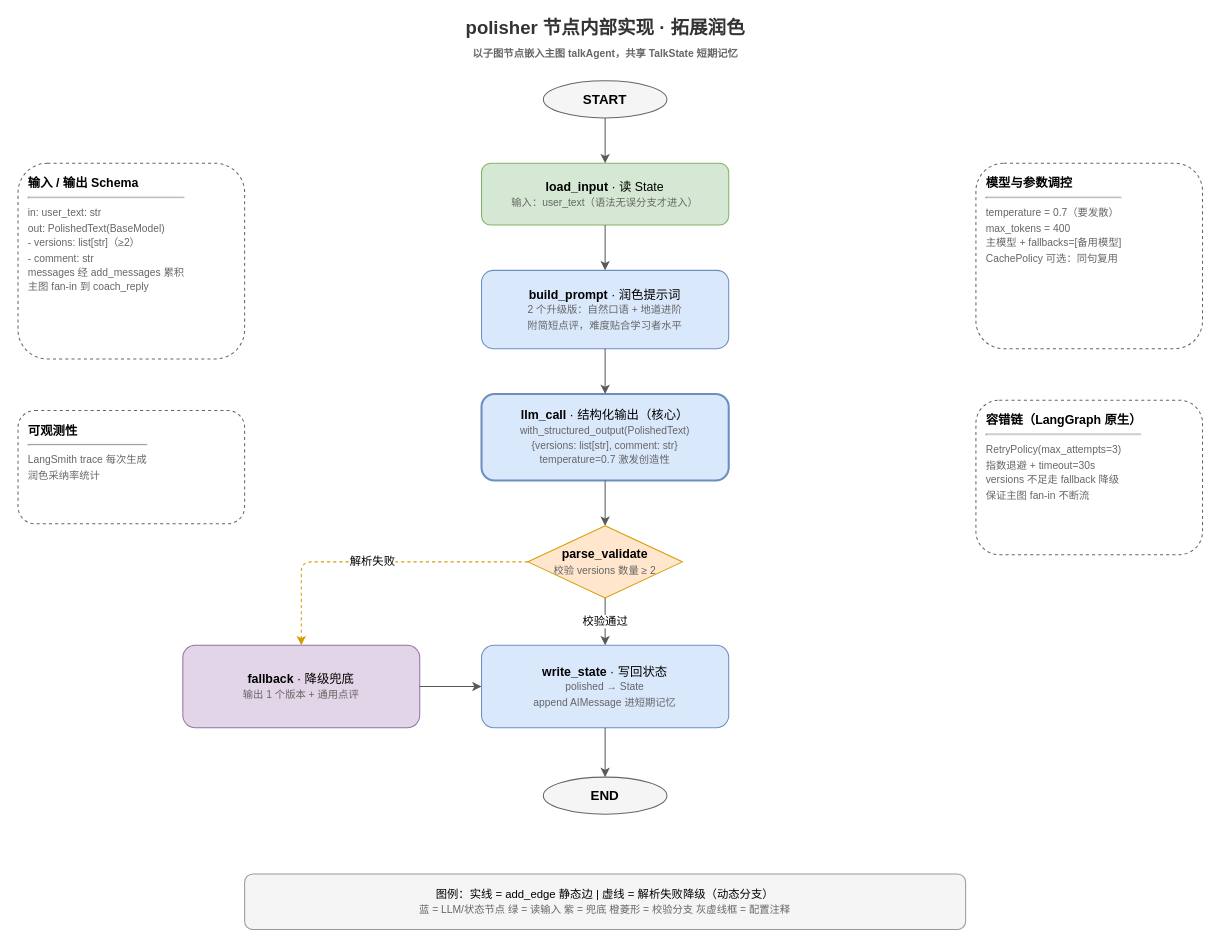
This is documents/polisher.drawio from Ekko306/dialog-ai, a draw.io file, before an edit. Source tidied: cells renumbered, new cells numbered last; positions are measured from the earlier drawing's top-left corner, leaving out a move shared by most shapes. Both pictures are drawn from the tidied source at 103%, with x=0, y=0 at pixel (18, 19).
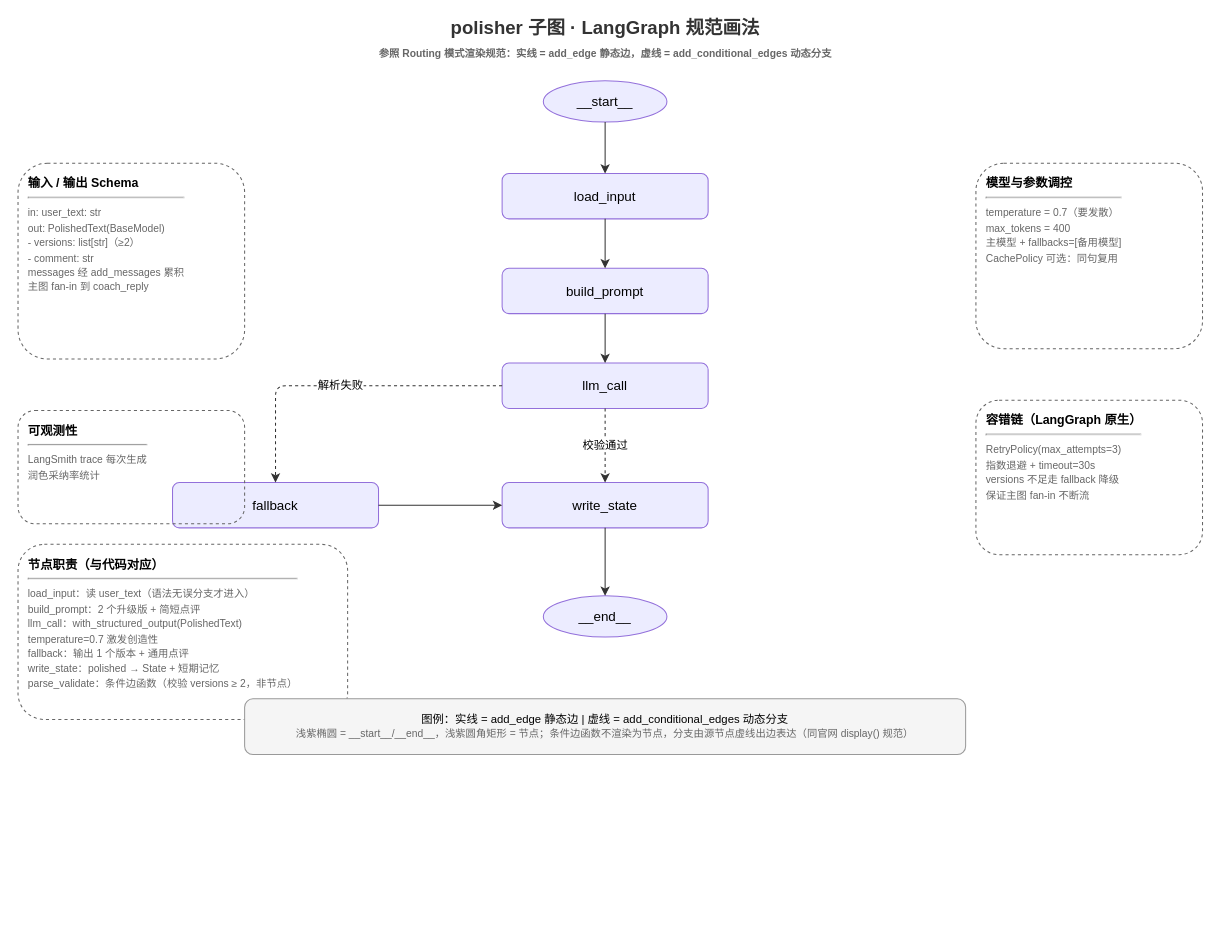
The same diagram, later.

Diff of the diagram source:
```diff
@@
-    <mxCell id="2" value="polisher 节点内部实现 · 拓展润色&lt;br&gt;&lt;font style=&quot;font-size:10px&quot; color=&quot;#666666&quot;&gt;以子图节点嵌入主图 talkAgent，共享 TalkState 短期记忆&lt;/font&gt;" style="text;html=1;align=center;verticalAlign=middle;fontSize=18;fontStyle=1;fontColor=#333333;" parent="1" vertex="1">
+    <mxCell id="2" value="polisher 子图 · LangGraph 规范画法&lt;br&gt;&lt;font style=&quot;font-size:10px&quot; color=&quot;#666666&quot;&gt;参照 Routing 模式渲染规范：实线 = add_edge 静态边，虚线 = add_conditional_edges 动态分支&lt;/font&gt;" style="text;html=1;align=center;verticalAlign=middle;fontSize=18;fontStyle=1;fontColor=#333333;" parent="1" vertex="1">
       <mxGeometry x="290" width="560" height="40" as="geometry" />
     </mxCell>
-    <mxCell id="3" value="START" style="ellipse;whiteSpace=wrap;html=1;fillColor=#f5f5f5;strokeColor=#666666;fontSize=13;fontStyle=1;" parent="1" vertex="1">
-      <mxGeometry x="510" y="60" width="120" height="36" as="geometry" />
+    <mxCell id="3" value="__start__" style="ellipse;whiteSpace=wrap;html=1;fillColor=#ECECFF;strokeColor=#9370DB;fontSize=13;" parent="1" vertex="1">
+      <mxGeometry x="510" y="60" width="120" height="40" as="geometry" />
     </mxCell>
-    <mxCell id="4" value="&lt;b&gt;load_input&lt;/b&gt; · 读 State&lt;br&gt;&lt;font style=&quot;font-size:10px&quot; color=&quot;#666666&quot;&gt;输入：user_text（语法无误分支才进入）&lt;/font&gt;" style="rounded=1;whiteSpace=wrap;html=1;fillColor=#d5e8d4;strokeColor=#82b366;fontSize=12;" parent="1" vertex="1">
-      <mxGeometry x="450" y="140" width="240" height="60" as="geometry" />
+    <mxCell id="4" value="load_input" style="rounded=1;whiteSpace=wrap;html=1;fillColor=#ECECFF;strokeColor=#9370DB;fontSize=13;" parent="1" vertex="1">
+      <mxGeometry x="470" y="150" width="200" height="44" as="geometry" />
     </mxCell>
-    <mxCell id="5" value="&lt;b&gt;build_prompt&lt;/b&gt; · 润色提示词&lt;br&gt;&lt;font style=&quot;font-size:10px&quot; color=&quot;#666666&quot;&gt;2 个升级版：自然口语 + 地道进阶&lt;br&gt;附简短点评，难度贴合学习者水平&lt;/font&gt;" style="rounded=1;whiteSpace=wrap;html=1;fillColor=#dae8fc;strokeColor=#6c8ebf;fontSize=12;" parent="1" vertex="1">
-      <mxGeometry x="450" y="244" width="240" height="76" as="geometry" />
+    <mxCell id="5" value="build_prompt" style="rounded=1;whiteSpace=wrap;html=1;fillColor=#ECECFF;strokeColor=#9370DB;fontSize=13;" parent="1" vertex="1">
+      <mxGeometry x="470" y="242" width="200" height="44" as="geometry" />
     </mxCell>
-    <mxCell id="6" value="&lt;b&gt;llm_call&lt;/b&gt; · 结构化输出（核心）&lt;br&gt;&lt;font style=&quot;font-size:10px&quot; color=&quot;#666666&quot;&gt;with_structured_output(PolishedText)&lt;br&gt;{versions: list[str], comment: str}&lt;br&gt;temperature=0.7 激发创造性&lt;/font&gt;" style="rounded=1;whiteSpace=wrap;html=1;fillColor=#dae8fc;strokeColor=#6c8ebf;strokeWidth=2;fontSize=12;" parent="1" vertex="1">
-      <mxGeometry x="450" y="364" width="240" height="84" as="geometry" />
+    <mxCell id="6" value="llm_call" style="rounded=1;whiteSpace=wrap;html=1;fillColor=#ECECFF;strokeColor=#9370DB;fontSize=13;" parent="1" vertex="1">
+      <mxGeometry x="470" y="334" width="200" height="44" as="geometry" />
     </mxCell>
-    <mxCell id="7" value="&lt;b&gt;parse_validate&lt;/b&gt;&lt;br&gt;&lt;font style=&quot;font-size:10px&quot; color=&quot;#666666&quot;&gt;校验 versions 数量 ≥ 2&lt;/font&gt;" style="rhombus;whiteSpace=wrap;html=1;fillColor=#ffe6cc;strokeColor=#d79b00;fontSize=12;" parent="1" vertex="1">
-      <mxGeometry x="495" y="492" width="150" height="70" as="geometry" />
-    </mxCell>
-    <mxCell id="8" value="&lt;b&gt;fallback&lt;/b&gt; · 降级兜底&lt;br&gt;&lt;font style=&quot;font-size:10px&quot; color=&quot;#666666&quot;&gt;输出 1 个版本 + 通用点评&lt;/font&gt;" style="rounded=1;whiteSpace=wrap;html=1;fillColor=#e1d5e7;strokeColor=#9673a6;fontSize=12;" parent="1" vertex="1">
-      <mxGeometry x="160" y="608" width="230" height="80" as="geometry" />
+    <mxCell id="8" value="fallback" style="rounded=1;whiteSpace=wrap;html=1;fillColor=#ECECFF;strokeColor=#9370DB;fontSize=13;" parent="1" vertex="1">
+      <mxGeometry x="150" y="450" width="200" height="44" as="geometry" />
     </mxCell>
-    <mxCell id="9" value="&lt;b&gt;write_state&lt;/b&gt; · 写回状态&lt;br&gt;&lt;font style=&quot;font-size:10px&quot; color=&quot;#666666&quot;&gt;polished → State&lt;br&gt;append AIMessage 进短期记忆&lt;/font&gt;" style="rounded=1;whiteSpace=wrap;html=1;fillColor=#dae8fc;strokeColor=#6c8ebf;fontSize=12;" parent="1" vertex="1">
-      <mxGeometry x="450" y="608" width="240" height="80" as="geometry" />
+    <mxCell id="9" value="write_state" style="rounded=1;whiteSpace=wrap;html=1;fillColor=#ECECFF;strokeColor=#9370DB;fontSize=13;" parent="1" vertex="1">
+      <mxGeometry x="470" y="450" width="200" height="44" as="geometry" />
     </mxCell>
-    <mxCell id="10" value="END" style="ellipse;whiteSpace=wrap;html=1;fillColor=#f5f5f5;strokeColor=#666666;fontSize=13;fontStyle=1;" parent="1" vertex="1">
-      <mxGeometry x="510" y="736" width="120" height="36" as="geometry" />
+    <mxCell id="10" value="__end__" style="ellipse;whiteSpace=wrap;html=1;fillColor=#ECECFF;strokeColor=#9370DB;fontSize=13;" parent="1" vertex="1">
+      <mxGeometry x="510" y="560" width="120" height="40" as="geometry" />
     </mxCell>
-    <mxCell id="11" style="edgeStyle=orthogonalEdgeStyle;rounded=1;html=1;strokeColor=#595959;fontSize=11;" parent="1" edge="1" source="3" target="4">
+    <mxCell id="11" style="edgeStyle=orthogonalEdgeStyle;rounded=1;html=1;strokeColor=#333333;fontSize=11;" parent="1" edge="1" source="3" target="4">
       <mxGeometry relative="1" as="geometry" />
     </mxCell>
-    <mxCell id="12" style="edgeStyle=orthogonalEdgeStyle;rounded=1;html=1;strokeColor=#595959;fontSize=11;" parent="1" edge="1" source="4" target="5">
+    <mxCell id="12" style="edgeStyle=orthogonalEdgeStyle;rounded=1;html=1;strokeColor=#333333;fontSize=11;" parent="1" edge="1" source="4" target="5">
       <mxGeometry relative="1" as="geometry" />
     </mxCell>
-    <mxCell id="13" style="edgeStyle=orthogonalEdgeStyle;rounded=1;html=1;strokeColor=#595959;fontSize=11;" parent="1" edge="1" source="5" target="6">
+    <mxCell id="13" style="edgeStyle=orthogonalEdgeStyle;rounded=1;html=1;strokeColor=#333333;fontSize=11;" parent="1" edge="1" source="5" target="6">
       <mxGeometry relative="1" as="geometry" />
     </mxCell>
-    <mxCell id="14" style="edgeStyle=orthogonalEdgeStyle;rounded=1;html=1;strokeColor=#595959;fontSize=11;" parent="1" edge="1" source="6" target="7">
+    <mxCell id="14" value="校验通过" style="edgeStyle=orthogonalEdgeStyle;rounded=1;html=1;dashed=1;strokeColor=#333333;fontSize=11;exitX=0.5;exitY=1;exitDx=0;exitDy=0;entryX=0.5;entryY=0;entryDx=0;entryDy=0;" parent="1" edge="1" source="6" target="9">
       <mxGeometry relative="1" as="geometry" />
     </mxCell>
-    <mxCell id="15" value="校验通过" style="edgeStyle=orthogonalEdgeStyle;rounded=1;html=1;strokeColor=#595959;fontSize=11;exitX=0.5;exitY=1;exitDx=0;exitDy=0;entryX=0.5;entryY=0;entryDx=0;entryDy=0;" parent="1" edge="1" source="7" target="9">
+    <mxCell id="15" value="解析失败" style="edgeStyle=orthogonalEdgeStyle;rounded=1;html=1;dashed=1;strokeColor=#333333;fontSize=11;exitX=0;exitY=0.5;exitDx=0;exitDy=0;entryX=0.5;entryY=0;entryDx=0;entryDy=0;" parent="1" edge="1" source="6" target="8">
       <mxGeometry relative="1" as="geometry" />
     </mxCell>
-    <mxCell id="16" value="解析失败" style="edgeStyle=orthogonalEdgeStyle;rounded=1;html=1;dashed=1;strokeColor=#d79b00;fontSize=11;exitX=0;exitY=0.5;exitDx=0;exitDy=0;entryX=0.5;entryY=0;entryDx=0;entryDy=0;" parent="1" edge="1" source="7" target="8">
+    <mxCell id="16" style="edgeStyle=orthogonalEdgeStyle;rounded=1;html=1;strokeColor=#333333;fontSize=11;exitX=1;exitY=0.5;exitDx=0;exitDy=0;entryX=0;entryY=0.5;entryDx=0;entryDy=0;" parent="1" edge="1" source="8" target="9">
       <mxGeometry relative="1" as="geometry" />
     </mxCell>
-    <mxCell id="17" style="edgeStyle=orthogonalEdgeStyle;rounded=1;html=1;strokeColor=#595959;fontSize=11;exitX=1;exitY=0.5;exitDx=0;exitDy=0;entryX=0;entryY=0.5;entryDx=0;entryDy=0;" parent="1" edge="1" source="8" target="9">
+    <mxCell id="17" style="edgeStyle=orthogonalEdgeStyle;rounded=1;html=1;strokeColor=#333333;fontSize=11;" parent="1" edge="1" source="9" target="10">
       <mxGeometry relative="1" as="geometry" />
     </mxCell>
-    <mxCell id="18" style="edgeStyle=orthogonalEdgeStyle;rounded=1;html=1;strokeColor=#595959;fontSize=11;" parent="1" edge="1" source="9" target="10">
-      <mxGeometry relative="1" as="geometry" />
-    </mxCell>
@@
+    <mxCell id="24" value="&lt;b&gt;节点职责（与代码对应）&lt;/b&gt;&lt;hr&gt;&lt;font style=&quot;font-size:10px&quot; color=&quot;#666666&quot;&gt;load_input：读 user_text（语法无误分支才进入）&lt;br&gt;build_prompt：2 个升级版 + 简短点评&lt;br&gt;llm_call：with_structured_output(PolishedText)&lt;br&gt;temperature=0.7 激发创造性&lt;br&gt;fallback：输出 1 个版本 + 通用点评&lt;br&gt;write_state：polished → State + 短期记忆&lt;br&gt;parse_validate：条件边函数（校验 versions ≥ 2，非节点）&lt;/font&gt;" style="rounded=1;whiteSpace=wrap;html=1;dashed=1;fillColor=none;strokeColor=#666666;align=left;verticalAlign=top;fontSize=12;spacingLeft=8;spacingTop=6;" parent="1" vertex="1">
+      <mxGeometry y="510" width="320" height="170" as="geometry" />
+    </mxCell>
@@
-    <mxCell id="23" value="图例：实线 = add_edge 静态边  |  虚线 = 解析失败降级（动态分支）&lt;br&gt;&lt;font style=&quot;font-size:10px&quot; color=&quot;#666666&quot;&gt;蓝 = LLM/状态节点  绿 = 读输入  紫 = 兜底  橙菱形 = 校验分支  灰虚线框 = 配置注释&lt;/font&gt;" style="rounded=1;whiteSpace=wrap;html=1;fillColor=#f5f5f5;strokeColor=#999999;fontSize=11;align=center;" parent="1" vertex="1">
-      <mxGeometry x="220" y="830" width="700" height="54" as="geometry" />
+    <mxCell id="23" value="图例：实线 = add_edge 静态边  |  虚线 = add_conditional_edges 动态分支&lt;br&gt;&lt;font style=&quot;font-size:10px&quot; color=&quot;#666666&quot;&gt;浅紫椭圆 = __start__/__end__，浅紫圆角矩形 = 节点；条件边函数不渲染为节点，分支由源节点虚线出边表达（同官网 display() 规范）&lt;/font&gt;" style="rounded=1;whiteSpace=wrap;html=1;fillColor=#f5f5f5;strokeColor=#999999;fontSize=11;align=center;" parent="1" vertex="1">
+      <mxGeometry x="220" y="660" width="700" height="54" as="geometry" />
     </mxCell>
```
